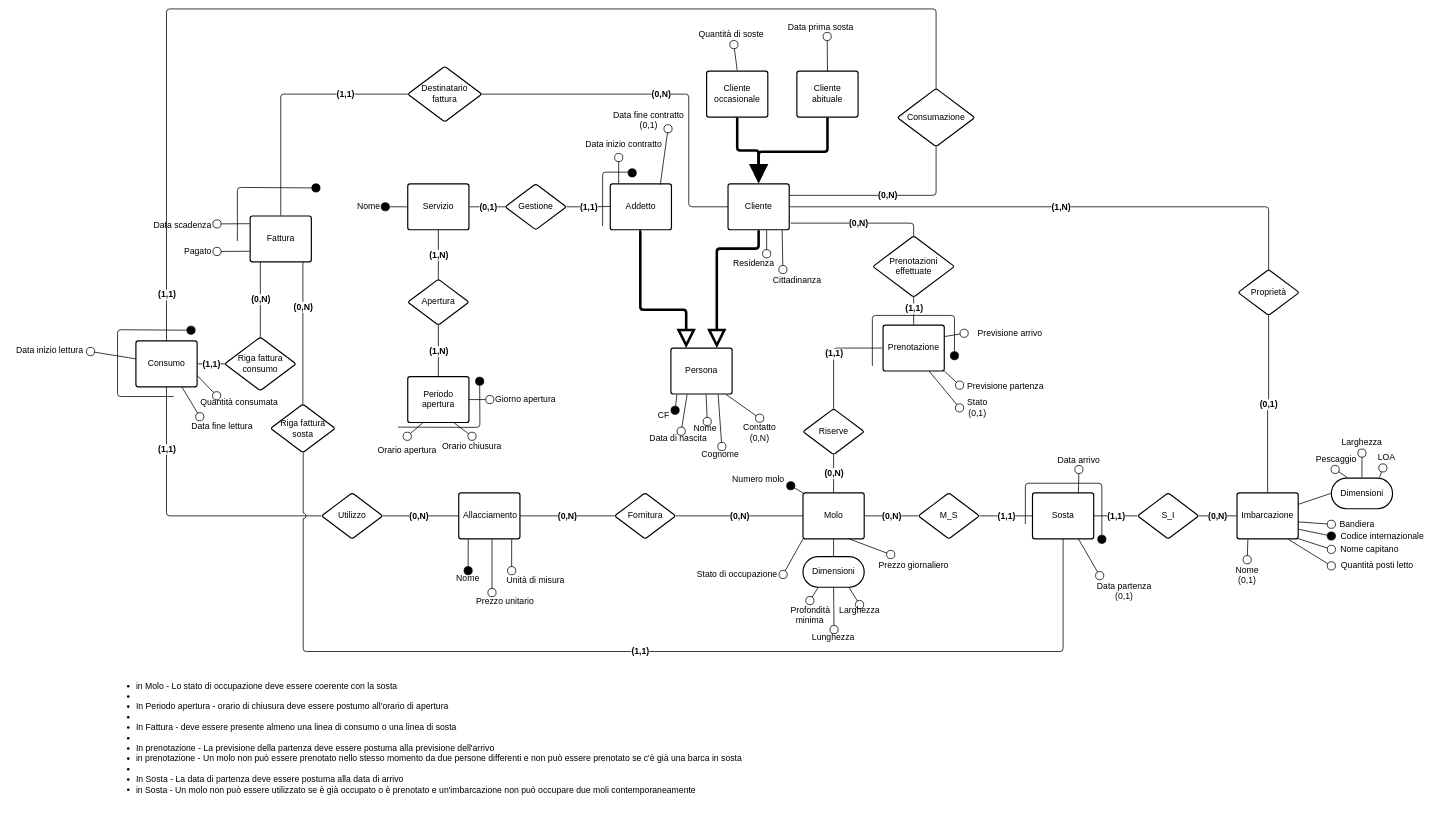
This is page "Concettuale" (1 of 4) of src_relazione_tex/Er.drawio from alessandro-massarenti/Progetto-basi-di-dati-2022, a draw.io file, before an edit. Source tidied: cells renumbered, new cells numbered last; positions are measured from the earlier drawing's top-left corner, leaving out a move shared by most shapes. Both pictures are drawn from the tidied source at 51%, with x=0, y=0 at pixel (9, 9).
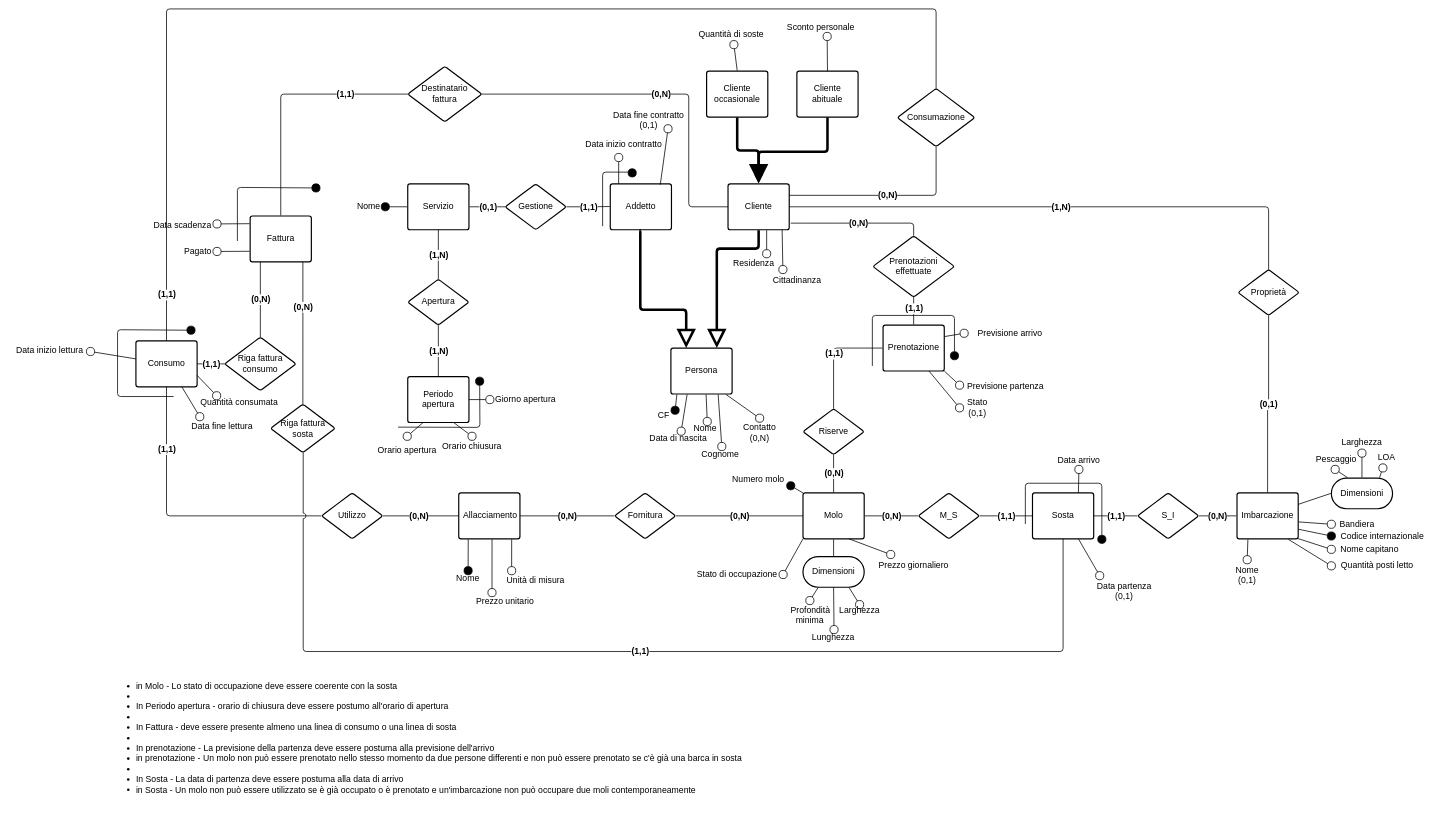
After the change.

Change to the diagram source:
```diff
@@
-    <mxCell id="20" value="Data prima sosta" style="html=1;overflow=block;blockSpacing=1;whiteSpace=wrap;fontSize=17;fontColor=#000000;spacing=0;fillColor=none;strokeWidth=1.5;strokeColor=none;" parent="1" vertex="1">
+    <mxCell id="20" value="Sconto personale" style="html=1;overflow=block;blockSpacing=1;whiteSpace=wrap;fontSize=17;fontColor=#000000;spacing=0;fillColor=none;strokeWidth=1.5;strokeColor=none;" parent="1" vertex="1">
       <mxGeometry x="1507" y="17" width="170" height="37" as="geometry" />
     </mxCell>
```
